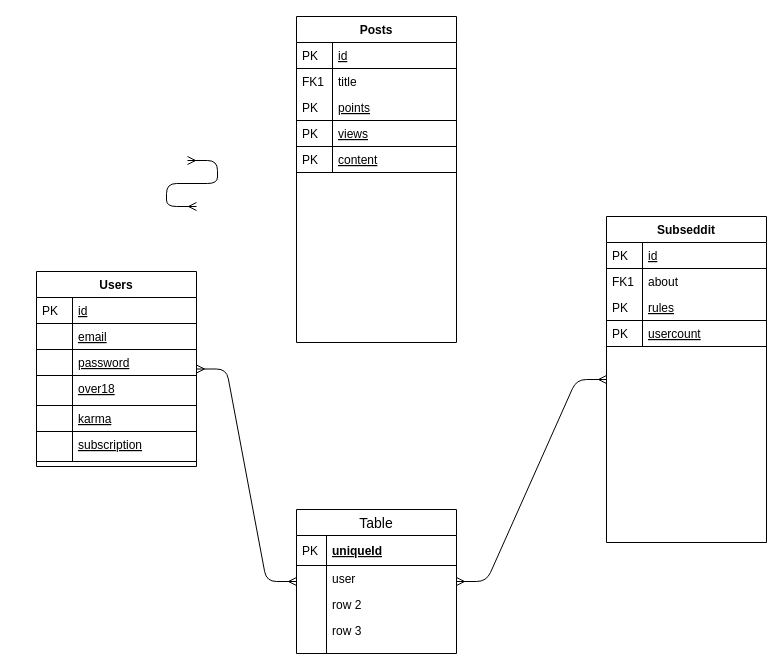
Earlier version of the draw.io diagram Database/Seddit.drawio (n1ckDotEXE/Seddit). Source tidied: cells renumbered, new cells numbered last; positions are measured from the earlier drawing's top-left corner, leaving out a move shared by most shapes. Both pictures are drawn from the tidied source at 100%, with x=0, y=0 at pixel (36, 16).
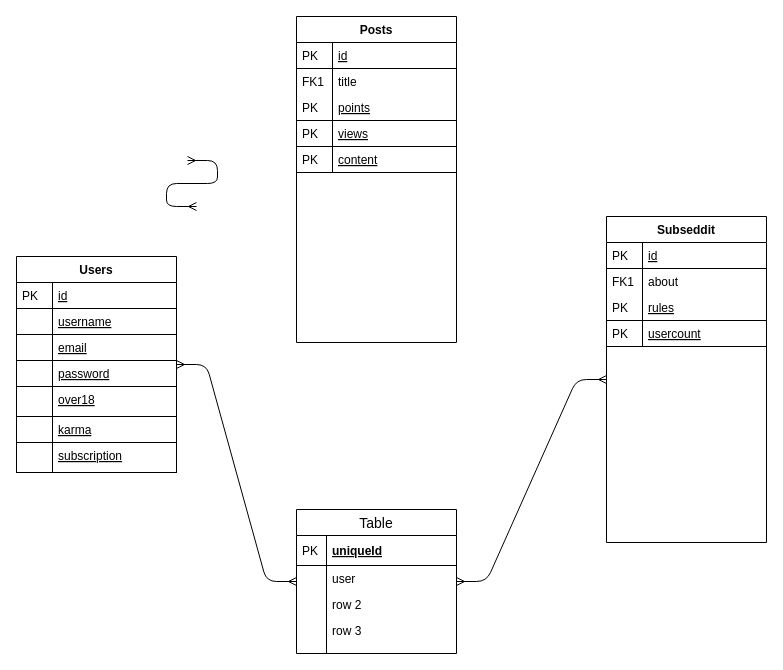
The same page after the edit.

What changed in the source:
```diff
@@
+    <mxCell id="48" style="edgeStyle=entityRelationEdgeStyle;fontSize=12;html=1;endArrow=ERmany;startArrow=ERmany;exitX=1.006;exitY=0.065;exitDx=0;exitDy=0;exitPerimeter=0;" parent="1" edge="1">
+      <mxGeometry relative="1" as="geometry">
+        <mxPoint x="151" y="144" as="sourcePoint" />
+        <mxPoint x="160" y="190" as="targetPoint" />
+      </mxGeometry>
+    </mxCell>
     <mxCell id="35" value="Users" style="swimlane;fontStyle=1;horizontal=1;startSize=26;rounded=0;shadow=0;strokeWidth=1;" parent="1" vertex="1">
-      <mxGeometry y="255" width="160" height="195" as="geometry" />
+      <mxGeometry x="-20" y="240" width="160" height="216" as="geometry" />
     </mxCell>
@@
+    <mxCell id="49" value="username" style="shape=partialRectangle;top=0;left=0;right=0;bottom=1;align=left;verticalAlign=top;fillColor=none;spacingLeft=40;spacingRight=4;overflow=hidden;rounded=0;shadow=0;strokeWidth=1;fontStyle=4;" parent="35" vertex="1">
+      <mxGeometry y="52" width="160" height="26" as="geometry" />
+    </mxCell>
+    <mxCell id="50" style="shape=partialRectangle;top=0;left=0;bottom=0;fillColor=none;align=left;verticalAlign=top;spacingLeft=4;spacingRight=4;overflow=hidden;" parent="49" vertex="1">
+      <mxGeometry width="36" height="26" as="geometry" />
+    </mxCell>
     <mxCell id="38" value="email" style="shape=partialRectangle;top=0;left=0;right=0;bottom=1;align=left;verticalAlign=top;fillColor=none;spacingLeft=40;spacingRight=4;overflow=hidden;rounded=0;shadow=0;strokeWidth=1;fontStyle=4;" parent="35" vertex="1">
-      <mxGeometry y="52" width="160" height="26" as="geometry" />
+      <mxGeometry y="78" width="160" height="26" as="geometry" />
     </mxCell>
@@
     <mxCell id="40" value="password" style="shape=partialRectangle;top=0;left=0;right=0;bottom=1;align=left;verticalAlign=top;fillColor=none;spacingLeft=40;spacingRight=4;overflow=hidden;rounded=0;shadow=0;strokeWidth=1;fontStyle=4;" parent="35" vertex="1">
-      <mxGeometry y="78" width="160" height="26" as="geometry" />
+      <mxGeometry y="104" width="160" height="26" as="geometry" />
     </mxCell>
@@
     <mxCell id="42" value="over18" style="shape=partialRectangle;top=0;left=0;right=0;bottom=1;align=left;verticalAlign=top;fillColor=none;spacingLeft=40;spacingRight=4;overflow=hidden;rounded=0;shadow=0;strokeWidth=1;fontStyle=4;" parent="35" vertex="1">
-      <mxGeometry y="104" width="160" height="30" as="geometry" />
+      <mxGeometry y="130" width="160" height="30" as="geometry" />
     </mxCell>
@@
     <mxCell id="44" value="karma" style="shape=partialRectangle;top=0;left=0;right=0;bottom=1;align=left;verticalAlign=top;fillColor=none;spacingLeft=40;spacingRight=4;overflow=hidden;rounded=0;shadow=0;strokeWidth=1;fontStyle=4;" parent="35" vertex="1">
-      <mxGeometry y="134" width="160" height="26" as="geometry" />
+      <mxGeometry y="160" width="160" height="26" as="geometry" />
     </mxCell>
@@
     <mxCell id="46" value="subscription" style="shape=partialRectangle;top=0;left=0;right=0;bottom=1;align=left;verticalAlign=top;fillColor=none;spacingLeft=40;spacingRight=4;overflow=hidden;rounded=0;shadow=0;strokeWidth=1;fontStyle=4;" parent="35" vertex="1">
-      <mxGeometry y="160" width="160" height="30" as="geometry" />
+      <mxGeometry y="186" width="160" height="30" as="geometry" />
     </mxCell>
@@
-    <mxCell id="48" style="edgeStyle=entityRelationEdgeStyle;fontSize=12;html=1;endArrow=ERmany;startArrow=ERmany;exitX=1.006;exitY=0.065;exitDx=0;exitDy=0;exitPerimeter=0;" parent="1" edge="1">
-      <mxGeometry relative="1" as="geometry">
-        <mxPoint x="151" y="144" as="sourcePoint" />
-        <mxPoint x="160" y="190" as="targetPoint" />
-      </mxGeometry>
-    </mxCell>
```
